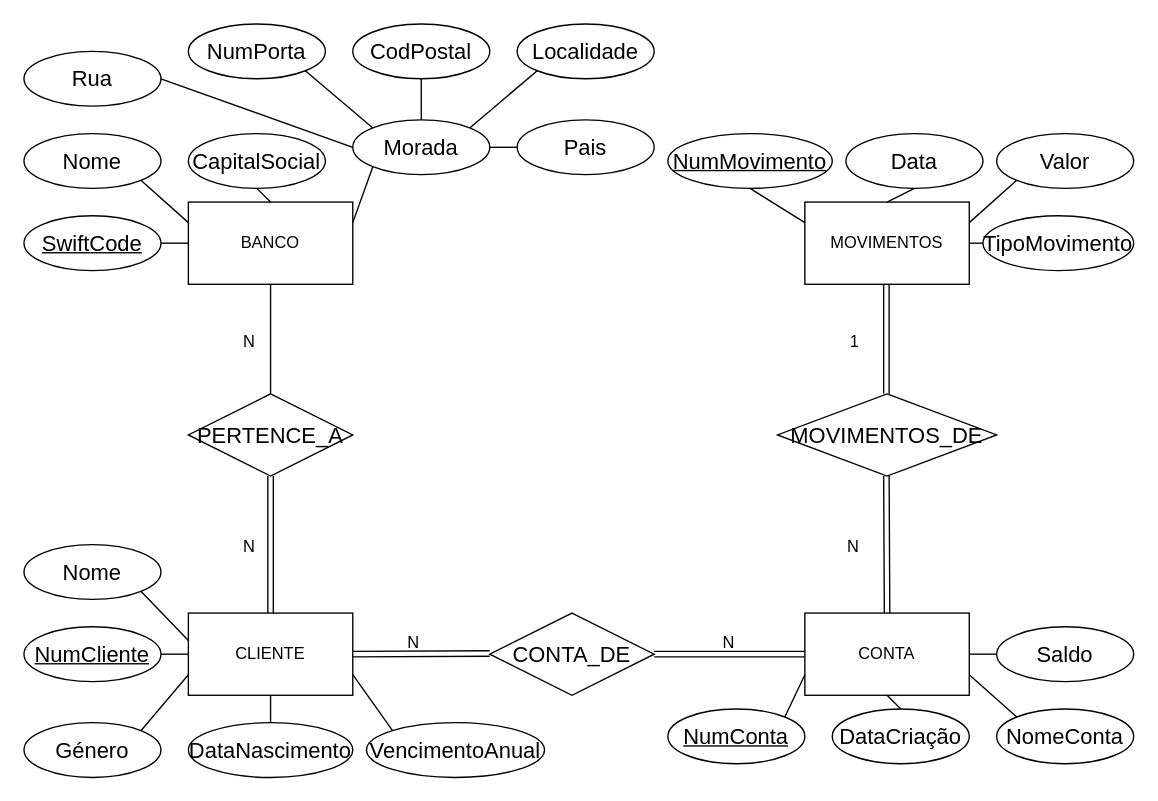
Earlier version of the draw.io diagram EX2.drawio (dabiditos/SistemasDeBasesDeDados). Source tidied: cells renumbered, new cells numbered last; positions are measured from the earlier drawing's top-left corner, leaving out a move shared by most shapes. Both pictures are drawn from the tidied source at 137%, with x=0, y=0 at pixel (23, 23).
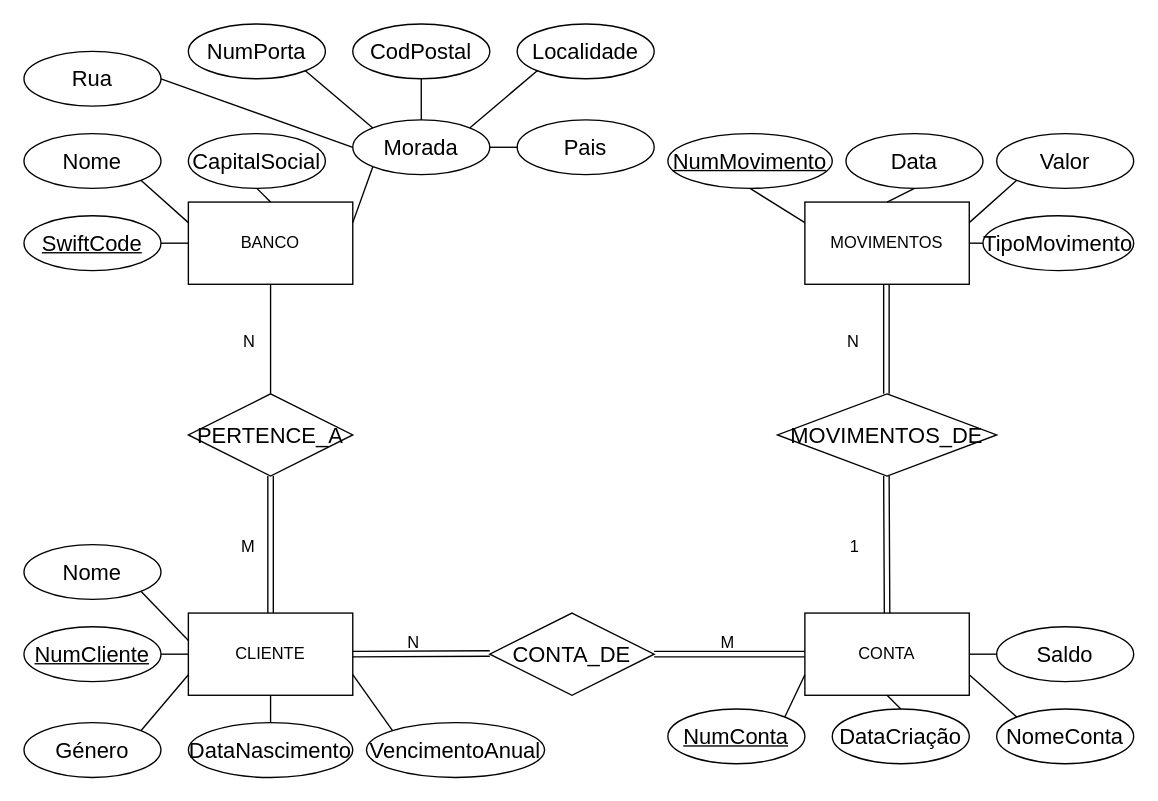
The same diagram, later.

Unchanged cells that the change refers to:
```xml
<mxCell id="53" style="shape=link;html=1;rounded=0;entryX=0.5;entryY=0;entryDx=0;entryDy=0;" parent="1" edge="1" target="6">
  <mxGeometry relative="1" as="geometry">
    <mxPoint x="180" y="330" as="sourcePoint" />
  </mxGeometry>
</mxCell>
<mxCell id="56" style="shape=link;html=1;rounded=0;" parent="1" edge="1">
  <mxGeometry relative="1" as="geometry">
    <mxPoint x="460" y="460" as="sourcePoint" />
    <mxPoint x="570" y="460" as="targetPoint" />
  </mxGeometry>
</mxCell>
<mxCell id="61" style="shape=link;html=1;rounded=0;entryX=0.5;entryY=0;entryDx=0;entryDy=0;" parent="1" edge="1">
  <mxGeometry relative="1" as="geometry">
    <mxPoint x="629.5" y="190" as="sourcePoint" />
    <mxPoint x="629.5" y="270" as="targetPoint" />
  </mxGeometry>
</mxCell>
<mxCell id="63" style="shape=link;html=1;rounded=0;entryX=0.5;entryY=0;entryDx=0;entryDy=0;" parent="1" edge="1" target="4">
  <mxGeometry relative="1" as="geometry">
    <mxPoint x="629.5" y="330" as="sourcePoint" />
  </mxGeometry>
</mxCell>
```

Diff of the diagram source:
```diff
@@
-    <mxCell id="54" value="N" style="html=1;whiteSpace=wrap;align=right;verticalAlign=bottom;" parent="53" vertex="1">
+    <mxCell id="54" value="M" style="html=1;whiteSpace=wrap;align=right;verticalAlign=bottom;" parent="53" vertex="1">
       <mxGeometry x="1" relative="1" as="geometry">
         <mxPoint x="-10" y="-40" as="offset" />
       </mxGeometry>
     </mxCell>
@@
-    <mxCell id="57" value="N" style="html=1;whiteSpace=wrap;align=right;verticalAlign=bottom;" parent="56" vertex="1">
+    <mxCell id="57" value="M" style="html=1;whiteSpace=wrap;align=right;verticalAlign=bottom;" parent="56" vertex="1">
       <mxGeometry x="1" relative="1" as="geometry">
         <mxPoint x="-50" as="offset" />
       </mxGeometry>
     </mxCell>
@@
-    <mxCell id="62" value="1" style="html=1;whiteSpace=wrap;align=right;verticalAlign=bottom;" parent="61" vertex="1">
+    <mxCell id="62" value="N" style="html=1;whiteSpace=wrap;align=right;verticalAlign=bottom;" parent="61" vertex="1">
       <mxGeometry x="1" relative="1" as="geometry">
         <mxPoint x="-19" y="-30" as="offset" />
       </mxGeometry>
     </mxCell>
@@
-    <mxCell id="64" value="N" style="html=1;whiteSpace=wrap;align=right;verticalAlign=bottom;" parent="63" vertex="1">
+    <mxCell id="64" value="1" style="html=1;whiteSpace=wrap;align=right;verticalAlign=bottom;" parent="63" vertex="1">
       <mxGeometry x="1" relative="1" as="geometry">
         <mxPoint x="-19" y="-40" as="offset" />
       </mxGeometry>
     </mxCell>
```
